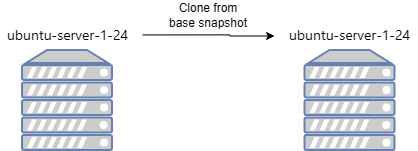
Above: assets/phase-1-sandbox/skema-visual-create-vm.drawio.png in Milnandy/Homelab (draw.io), before the change. Source tidied: cells renumbered, new cells last; positions are measured from the earlier drawing's top-left corner, leaving out a move shared by most shapes. Its diagram source:
```xml
<mxGraphModel>
  <root>
    <mxCell id="0" />
    <mxCell id="1" parent="0" />
    <mxCell id="2" style="fontColor=#0066CC;verticalAlign=top;verticalLabelPosition=bottom;labelPosition=center;align=center;html=1;fillColor=#CCCCCC;strokeColor=#6881B3;gradientColor=none;gradientDirection=north;strokeWidth=2;shape=mxgraph.networks.server;" parent="1" vertex="1">
      <mxGeometry x="22" y="50" width="90" height="100" as="geometry" />
    </mxCell>
    <mxCell id="3" style="edgeStyle=orthogonalEdgeStyle;rounded=0;jettySize=auto;html=1;exitX=1;exitY=0.5;exitDx=0;exitDy=0;entryX=-0.058;entryY=0.517;entryDx=0;entryDy=0;entryPerimeter=0;" parent="1" edge="1" target="6">
      <mxGeometry relative="1" as="geometry">
        <mxPoint x="142" y="34.4" as="sourcePoint" />
        <Array as="points">
          <mxPoint x="229.5" y="34.4" />
        </Array>
      </mxGeometry>
    </mxCell>
    <mxCell id="4" value="&lt;span style=&quot;font-family: -apple-system, BlinkMacSystemFont, &amp;quot;Segoe WPC&amp;quot;, &amp;quot;Segoe UI&amp;quot;, system-ui, Ubuntu, &amp;quot;Droid Sans&amp;quot;, sans-serif; font-size: 14px; text-align: start;&quot;&gt;ubuntu-server-1-24&lt;/span&gt;" style="text;html=1;whiteSpace=wrap;strokeColor=none;fillColor=none;align=center;verticalAlign=middle;rounded=0;fontStyle=0;fontColor=default;" parent="1" vertex="1">
      <mxGeometry x="-0.5" y="20" width="135" height="30" as="geometry" />
    </mxCell>
    <mxCell id="5" style="fontColor=#0066CC;verticalAlign=top;verticalLabelPosition=bottom;labelPosition=center;align=center;html=1;fillColor=#CCCCCC;strokeColor=#6881B3;gradientColor=none;gradientDirection=north;strokeWidth=2;shape=mxgraph.networks.server;" parent="1" vertex="1">
      <mxGeometry x="304.5" y="50" width="90" height="100" as="geometry" />
    </mxCell>
    <mxCell id="6" value="&lt;span style=&quot;font-family: -apple-system, BlinkMacSystemFont, &amp;quot;Segoe WPC&amp;quot;, &amp;quot;Segoe UI&amp;quot;, system-ui, Ubuntu, &amp;quot;Droid Sans&amp;quot;, sans-serif; font-size: 14px; text-align: start;&quot;&gt;ubuntu-server-1-24&lt;/span&gt;" style="text;html=1;whiteSpace=wrap;strokeColor=none;fillColor=none;align=center;verticalAlign=middle;rounded=0;fontStyle=0;fontColor=default;" parent="1" vertex="1">
      <mxGeometry x="282" y="20" width="135" height="30" as="geometry" />
    </mxCell>
    <mxCell id="7" value="Clone from base snapshot" style="text;html=1;whiteSpace=wrap;strokeColor=none;fillColor=none;align=center;verticalAlign=middle;rounded=0;" parent="1" vertex="1">
      <mxGeometry x="163" width="90" height="30" as="geometry" />
    </mxCell>
  </root>
</mxGraphModel>
```
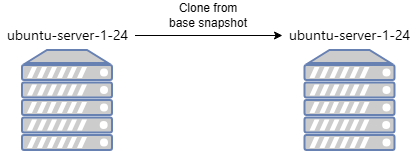
Later version of the same file.

Commit message:
add: menambahkan skema visual create vm module 00

The edit, as a diff of the source:
```diff
@@ -5,14 +5,9 @@
     <mxCell id="2" style="fontColor=#0066CC;verticalAlign=top;verticalLabelPosition=bottom;labelPosition=center;align=center;html=1;fillColor=#CCCCCC;strokeColor=#6881B3;gradientColor=none;gradientDirection=north;strokeWidth=2;shape=mxgraph.networks.server;" parent="1" vertex="1">
       <mxGeometry x="22" y="50" width="90" height="100" as="geometry" />
     </mxCell>
-    <mxCell id="3" style="edgeStyle=orthogonalEdgeStyle;rounded=0;jettySize=auto;html=1;exitX=1;exitY=0.5;exitDx=0;exitDy=0;entryX=-0.058;entryY=0.517;entryDx=0;entryDy=0;entryPerimeter=0;" parent="1" edge="1" target="6">
-      <mxGeometry relative="1" as="geometry">
-        <mxPoint x="142" y="34.4" as="sourcePoint" />
-        <Array as="points">
-          <mxPoint x="229.5" y="34.4" />
-        </Array>
-      </mxGeometry>
-    </mxCell>
+    <mxCell id="8" style="edgeStyle=orthogonalEdgeStyle;rounded=0;jettySize=auto;html=1;exitX=1;exitY=0.5;exitDx=0;exitDy=0;entryX=0;entryY=0.5;entryDx=0;entryDy=0;" parent="1" edge="1" source="4" target="6">
+      <mxGeometry relative="1" as="geometry" />
+    </mxCell>
     <mxCell id="4" value="&lt;span style=&quot;font-family: -apple-system, BlinkMacSystemFont, &amp;quot;Segoe WPC&amp;quot;, &amp;quot;Segoe UI&amp;quot;, system-ui, Ubuntu, &amp;quot;Droid Sans&amp;quot;, sans-serif; font-size: 14px; text-align: start;&quot;&gt;ubuntu-server-1-24&lt;/span&gt;" style="text;html=1;whiteSpace=wrap;strokeColor=none;fillColor=none;align=center;verticalAlign=middle;rounded=0;fontStyle=0;fontColor=default;" parent="1" vertex="1">
       <mxGeometry x="-0.5" y="20" width="135" height="30" as="geometry" />
     </mxCell>
```
